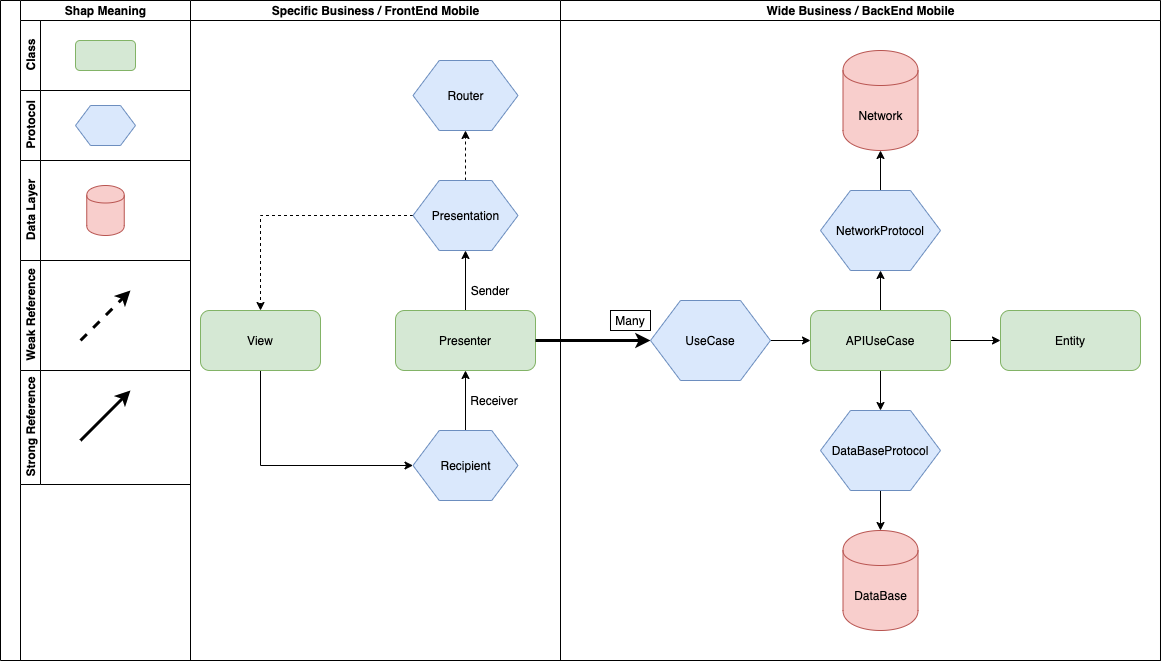
basheerhader/SuperApp keeps this draw.io diagram as Documentation/VIPER-circuit-scheme.png. Above is the earlier version. Source tidied: cells renumbered, new cells last; positions are measured from the earlier drawing's top-left corner, leaving out a move shared by most shapes.
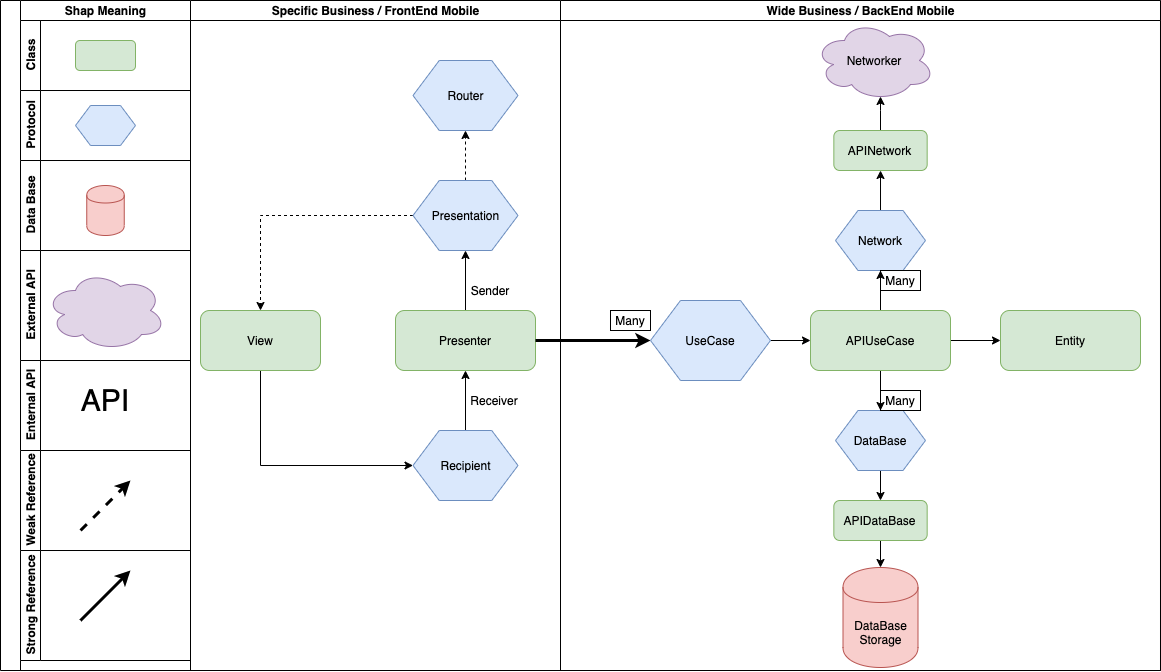
The same file after the commit.

Change to the diagram source:
```diff
@@ -3,10 +3,10 @@
     <mxCell id="0" />
     <mxCell id="1" parent="0" />
     <mxCell id="2" style="swimlane;html=1;startSize=20;horizontal=0;" parent="1" vertex="1">
-      <mxGeometry width="1160" height="660" as="geometry" />
+      <mxGeometry width="1160" height="670" as="geometry" />
     </mxCell>
     <mxCell id="3" value="Shap Meaning" style="swimlane;html=1;horizontal=1;startSize=20;" parent="2" vertex="1">
-      <mxGeometry x="20" width="170" height="660" as="geometry" />
+      <mxGeometry x="20" width="170" height="670" as="geometry" />
     </mxCell>
     <mxCell id="4" value="Class" style="swimlane;html=1;startSize=20;horizontal=0;" parent="3" vertex="1">
       <mxGeometry y="20" width="170" height="70" as="geometry" />
@@ -20,14 +20,32 @@
     <mxCell id="7" style="shape=hexagon;perimeter=hexagonPerimeter2;whiteSpace=wrap;html=1;fillColor=#dae8fc;strokeColor=#6c8ebf;" parent="6" vertex="1">
       <mxGeometry x="55" y="15" width="60" height="40" as="geometry" />
     </mxCell>
-    <mxCell id="8" value="Data Layer" style="swimlane;html=1;startSize=20;horizontal=0;" parent="3" vertex="1">
-      <mxGeometry y="160" width="170" height="100" as="geometry" />
+    <mxCell id="8" value="Data Base" style="swimlane;html=1;startSize=20;horizontal=0;" parent="3" vertex="1">
+      <mxGeometry y="160" width="170" height="90" as="geometry" />
     </mxCell>
     <mxCell id="9" style="shape=cylinder;whiteSpace=wrap;html=1;boundedLbl=1;backgroundOutline=1;fillColor=#f8cecc;strokeColor=#b85450;" parent="8" vertex="1">
       <mxGeometry x="66.2" y="25" width="37.5" height="50" as="geometry" />
     </mxCell>
+    <mxCell id="44" value="External API" style="swimlane;html=1;startSize=20;horizontal=0;" parent="3" vertex="1">
+      <mxGeometry y="250" width="170" height="110" as="geometry" />
+    </mxCell>
+    <mxCell id="45" style="ellipse;shape=cloud;whiteSpace=wrap;html=1;strokeColor=#9673a6;fillColor=#e1d5e7;" parent="44" vertex="1">
+      <mxGeometry x="25" y="20" width="120" height="80" as="geometry" />
+    </mxCell>
+    <mxCell id="46" value="&lt;span style=&quot;color: rgba(0 , 0 , 0 , 0) ; font-family: monospace ; font-size: 0px&quot;&gt;%3CmxGraphModel%3E%3Croot%3E%3CmxCell%20id%3D%220%22%2F%3E%3CmxCell%20id%3D%221%22%20parent%3D%220%22%2F%3E%3CmxCell%20id%3D%222%22%20value%3D%22%26lt%3Bspan%26gt%3BAPINetwork%26lt%3B%2Fspan%26gt%3B%22%20style%3D%22ellipse%3Bshape%3Dcloud%3BwhiteSpace%3Dwrap%3Bhtml%3D1%3BstrokeColor%3D%239673a6%3BfillColor%3D%23e1d5e7%3B%22%20vertex%3D%221%22%20parent%3D%221%22%3E%3CmxGeometry%20x%3D%221964%22%20y%3D%22230%22%20width%3D%22120%22%20height%3D%2280%22%20as%3D%22geometry%22%2F%3E%3C%2FmxCell%3E%3C%2Froot%3E%3C%2FmxGraphModel%3E&lt;/span&gt;" style="text;html=1;align=center;verticalAlign=middle;" parent="44" vertex="1">
+      <mxGeometry x="106" y="71" width="20" height="20" as="geometry" />
+    </mxCell>
+    <mxCell id="47" value="Enternal API" style="swimlane;html=1;startSize=20;horizontal=0;" parent="3" vertex="1">
+      <mxGeometry y="360" width="170" height="90" as="geometry" />
+    </mxCell>
+    <mxCell id="48" value="&lt;font style=&quot;font-size: 30px&quot;&gt;API&lt;/font&gt;" style="text;html=1;strokeColor=none;fillColor=none;align=center;verticalAlign=middle;whiteSpace=wrap;rounded=0;" parent="47" vertex="1">
+      <mxGeometry x="65" y="30" width="40" height="20" as="geometry" />
+    </mxCell>
+    <mxCell id="49" value="&lt;span style=&quot;color: rgba(0 , 0 , 0 , 0) ; font-family: monospace ; font-size: 0px&quot;&gt;%3CmxGraphModel%3E%3Croot%3E%3CmxCell%20id%3D%220%22%2F%3E%3CmxCell%20id%3D%221%22%20parent%3D%220%22%2F%3E%3CmxCell%20id%3D%222%22%20value%3D%22%26lt%3Bspan%26gt%3BAPINetwork%26lt%3B%2Fspan%26gt%3B%22%20style%3D%22ellipse%3Bshape%3Dcloud%3BwhiteSpace%3Dwrap%3Bhtml%3D1%3BstrokeColor%3D%239673a6%3BfillColor%3D%23e1d5e7%3B%22%20vertex%3D%221%22%20parent%3D%221%22%3E%3CmxGeometry%20x%3D%221964%22%20y%3D%22230%22%20width%3D%22120%22%20height%3D%2280%22%20as%3D%22geometry%22%2F%3E%3C%2FmxCell%3E%3C%2Froot%3E%3C%2FmxGraphModel%3E&lt;/span&gt;" style="text;html=1;align=center;verticalAlign=middle;" parent="47" vertex="1">
+      <mxGeometry x="106" y="71" width="20" height="20" as="geometry" />
+    </mxCell>
-    <mxCell id="10" value="Weak&amp;nbsp;Reference" style="swimlane;html=1;startSize=20;horizontal=0;" parent="8" vertex="1">
-      <mxGeometry y="100" width="170" height="110" as="geometry" />
+    <mxCell id="10" value="Weak&amp;nbsp;Reference" style="swimlane;html=1;startSize=20;horizontal=0;" parent="3" vertex="1">
+      <mxGeometry y="450" width="170" height="100" as="geometry" />
     </mxCell>
     <mxCell id="11" style="endArrow=classic;html=1;strokeWidth=3;dashed=1;" parent="10" edge="1">
       <mxGeometry relative="1" as="geometry">
@@ -35,8 +53,8 @@
         <mxPoint x="110" y="30" as="targetPoint" />
       </mxGeometry>
     </mxCell>
-    <mxCell id="12" value="Strong Reference" style="swimlane;html=1;startSize=20;horizontal=0;" parent="10" vertex="1">
-      <mxGeometry y="110" width="170" height="114" as="geometry" />
+    <mxCell id="12" value="Strong Reference" style="swimlane;html=1;startSize=20;horizontal=0;" parent="3" vertex="1">
+      <mxGeometry y="550" width="170" height="110" as="geometry" />
     </mxCell>
     <mxCell id="13" style="endArrow=classic;html=1;strokeWidth=3;" parent="12" edge="1">
       <mxGeometry relative="1" as="geometry">
@@ -45,7 +63,7 @@
       </mxGeometry>
     </mxCell>
     <mxCell id="14" value="Specific Business / FrontEnd Mobile" style="swimlane;html=1;startSize=20;" parent="2" vertex="1">
-      <mxGeometry x="190" width="370" height="660" as="geometry" />
+      <mxGeometry x="190" width="370" height="670" as="geometry" />
     </mxCell>
     <mxCell id="15" style="edgeStyle=orthogonalEdgeStyle;rounded=0;jettySize=auto;html=1;entryX=0;entryY=0.5;entryDx=0;entryDy=0;" parent="14" edge="1" source="16" target="20">
       <mxGeometry relative="1" as="geometry">
@@ -94,7 +112,7 @@
       <mxGeometry relative="1" as="geometry" />
     </mxCell>
     <mxCell id="29" value="Wide Business / BackEnd Mobile" style="swimlane;html=1;startSize=20;" parent="2" vertex="1">
-      <mxGeometry x="560" width="600" height="660" as="geometry" />
+      <mxGeometry x="560" width="600" height="670" as="geometry" />
     </mxCell>
     <mxCell id="30" style="edgeStyle=orthogonalEdgeStyle;rounded=0;jettySize=auto;html=1;entryX=0;entryY=0.5;entryDx=0;entryDy=0;" parent="29" edge="1" source="35" target="43">
       <mxGeometry relative="1" as="geometry" />
@@ -114,27 +132,45 @@
     <mxCell id="35" value="UseCase" style="shape=hexagon;perimeter=hexagonPerimeter2;whiteSpace=wrap;html=1;fillColor=#dae8fc;strokeColor=#6c8ebf;" parent="29" vertex="1">
       <mxGeometry x="90" y="300" width="120" height="80" as="geometry" />
     </mxCell>
-    <mxCell id="36" style="edgeStyle=orthogonalEdgeStyle;rounded=0;jettySize=auto;html=1;" parent="29" edge="1" source="42" target="39">
-      <mxGeometry relative="1" as="geometry" />
-    </mxCell>
-    <mxCell id="37" style="edgeStyle=orthogonalEdgeStyle;rounded=0;jettySize=auto;html=1;" parent="29" edge="1" source="41" target="40">
-      <mxGeometry relative="1" as="geometry" />
-    </mxCell>
+    <mxCell id="39" value="DataBase&lt;br&gt;Storage" style="shape=cylinder;whiteSpace=wrap;html=1;boundedLbl=1;backgroundOutline=1;fillColor=#f8cecc;strokeColor=#b85450;" parent="29" vertex="1">
+      <mxGeometry x="282.5" y="567" width="75" height="100" as="geometry" />
+    </mxCell>
+    <mxCell id="50" value="Networker" style="ellipse;shape=cloud;whiteSpace=wrap;html=1;strokeColor=#9673a6;fillColor=#e1d5e7;" parent="29" vertex="1">
+      <mxGeometry x="254" y="20" width="120" height="80" as="geometry" />
+    </mxCell>
+    <mxCell id="51" style="edgeStyle=orthogonalEdgeStyle;rounded=0;jettySize=auto;html=1;entryX=0.5;entryY=0;entryDx=0;entryDy=0;strokeWidth=1;" parent="29" edge="1" source="42" target="54">
+      <mxGeometry relative="1" as="geometry" />
+    </mxCell>
+    <mxCell id="42" value="DataBase" style="shape=hexagon;perimeter=hexagonPerimeter2;whiteSpace=wrap;html=1;fillColor=#dae8fc;strokeColor=#6c8ebf;" parent="29" vertex="1">
+      <mxGeometry x="275" y="410" width="90" height="60" as="geometry" />
+    </mxCell>
+    <mxCell id="52" style="edgeStyle=orthogonalEdgeStyle;rounded=0;jettySize=auto;html=1;entryX=0.5;entryY=1;entryDx=0;entryDy=0;strokeWidth=1;" parent="29" edge="1" source="41" target="58">
+      <mxGeometry relative="1" as="geometry" />
+    </mxCell>
+    <mxCell id="41" value="Network" style="shape=hexagon;perimeter=hexagonPerimeter2;whiteSpace=wrap;html=1;fillColor=#dae8fc;strokeColor=#6c8ebf;" parent="29" vertex="1">
+      <mxGeometry x="275" y="210" width="90" height="60" as="geometry" />
+    </mxCell>
+    <mxCell id="53" style="edgeStyle=orthogonalEdgeStyle;rounded=0;jettySize=auto;html=1;entryX=0.5;entryY=0;entryDx=0;entryDy=0;strokeWidth=1;" parent="29" edge="1" source="54" target="39">
+      <mxGeometry relative="1" as="geometry" />
+    </mxCell>
+    <mxCell id="54" value="APIDataBase" style="rounded=1;whiteSpace=wrap;html=1;fillColor=#d5e8d4;strokeColor=#82b366;" parent="29" vertex="1">
+      <mxGeometry x="273.3" y="500" width="93.3" height="40" as="geometry" />
+    </mxCell>
+    <mxCell id="55" value="Many" style="text;html=1;strokeColor=#000000;fillColor=none;align=center;verticalAlign=middle;whiteSpace=wrap;rounded=0;" parent="29" vertex="1">
+      <mxGeometry x="320" y="390" width="40" height="20" as="geometry" />
+    </mxCell>
+    <mxCell id="56" value="Many" style="text;html=1;strokeColor=#000000;fillColor=none;align=center;verticalAlign=middle;whiteSpace=wrap;rounded=0;" parent="29" vertex="1">
+      <mxGeometry x="320" y="270" width="40" height="20" as="geometry" />
+    </mxCell>
+    <mxCell id="57" style="edgeStyle=orthogonalEdgeStyle;rounded=0;jettySize=auto;html=1;entryX=0.55;entryY=0.95;entryDx=0;entryDy=0;entryPerimeter=0;strokeWidth=1;" parent="29" edge="1" source="58" target="50">
+      <mxGeometry relative="1" as="geometry" />
+    </mxCell>
+    <mxCell id="58" value="APINetwork" style="rounded=1;whiteSpace=wrap;html=1;fillColor=#d5e8d4;strokeColor=#82b366;" parent="29" vertex="1">
+      <mxGeometry x="273.3" y="130" width="93.3" height="40" as="geometry" />
+    </mxCell>
     <mxCell id="38" value="Entity" style="rounded=1;whiteSpace=wrap;html=1;fillColor=#d5e8d4;strokeColor=#82b366;" parent="29" vertex="1">
       <mxGeometry x="440" y="310" width="140" height="60" as="geometry" />
     </mxCell>
-    <mxCell id="39" value="DataBase" style="shape=cylinder;whiteSpace=wrap;html=1;boundedLbl=1;backgroundOutline=1;fillColor=#f8cecc;strokeColor=#b85450;" parent="29" vertex="1">
-      <mxGeometry x="282.5" y="530" width="75" height="100" as="geometry" />
-    </mxCell>
-    <mxCell id="40" value="&lt;span&gt;Network&lt;/span&gt;" style="shape=cylinder;whiteSpace=wrap;html=1;boundedLbl=1;backgroundOutline=1;fillColor=#f8cecc;strokeColor=#b85450;" parent="29" vertex="1">
-      <mxGeometry x="282.5" y="50" width="75" height="100" as="geometry" />
-    </mxCell>
-    <mxCell id="41" value="NetworkProtocol" style="shape=hexagon;perimeter=hexagonPerimeter2;whiteSpace=wrap;html=1;fillColor=#dae8fc;strokeColor=#6c8ebf;" parent="29" vertex="1">
-      <mxGeometry x="260" y="190" width="120" height="80" as="geometry" />
-    </mxCell>
-    <mxCell id="42" value="DataBaseProtocol" style="shape=hexagon;perimeter=hexagonPerimeter2;whiteSpace=wrap;html=1;fillColor=#dae8fc;strokeColor=#6c8ebf;" parent="29" vertex="1">
-      <mxGeometry x="260" y="410" width="120" height="80" as="geometry" />
-    </mxCell>
     <mxCell id="43" value="APIUseCase" style="rounded=1;whiteSpace=wrap;html=1;fillColor=#d5e8d4;strokeColor=#82b366;" parent="29" vertex="1">
       <mxGeometry x="250" y="310" width="140" height="60" as="geometry" />
     </mxCell>
```
